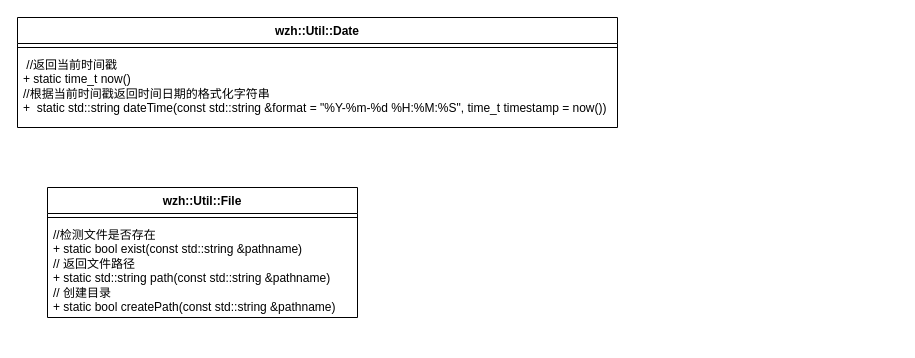
This is LogSystem.drawio from Elio265/LogSystem, a draw.io file, before an edit. Source tidied: cells renumbered, new cells numbered last; positions are measured from the earlier drawing's top-left corner, leaving out a move shared by most shapes. Both pictures are drawn from the tidied source at 100%, with x=0, y=0 at pixel (17, 17).
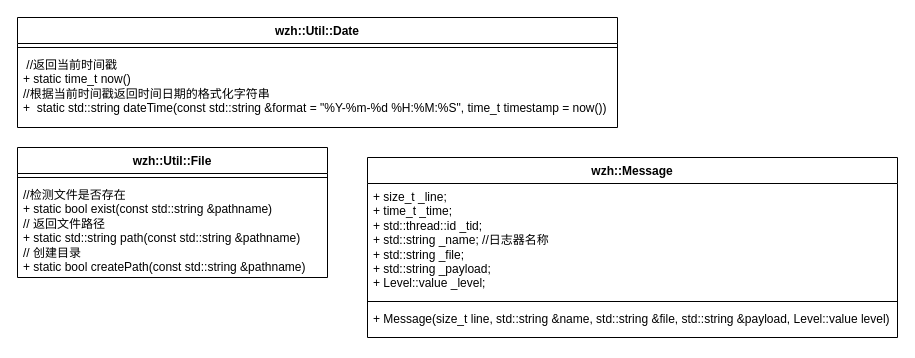
Above is the later version.

The edit, as a diff of the source:
```diff
@@
 <mxGraphModel>
   <root>
     <mxCell id="0" />
     <mxCell id="1" parent="0" />
     <mxCell id="2" value="wzh::Util::Date" style="swimlane;fontStyle=1;align=center;verticalAlign=top;horizontal=1;startSize=26;whiteSpace=wrap;html=1;" parent="1" vertex="1">
       <mxGeometry width="600" height="110" as="geometry" />
     </mxCell>
     <mxCell id="3" style="line;strokeWidth=1;fillColor=none;align=left;verticalAlign=middle;spacingTop=-1;spacingLeft=3;spacingRight=3;labelPosition=right;strokeColor=inherit;" parent="2" vertex="1">
       <mxGeometry y="26" width="600" height="8" as="geometry" />
     </mxCell>
     <mxCell id="4" value="&lt;div&gt;&amp;nbsp;//返回当前时间戳&lt;/div&gt;&lt;div&gt;+&amp;nbsp;static time_t now()&lt;/div&gt;&lt;div&gt;//根据当前时间戳返回时间日期的格式化字符串&lt;/div&gt;&lt;div&gt;+&amp;nbsp;&amp;nbsp;static std::string dateTime(const std::string &amp;amp;format = &quot;%Y-%m-%d %H:%M:%S&quot;, time_t timestamp = now())&lt;/div&gt;" style="text;align=left;verticalAlign=top;spacingLeft=4;spacingRight=4;overflow=hidden;whiteSpace=wrap;html=1;" parent="2" vertex="1">
       <mxGeometry y="34" width="600" height="76" as="geometry" />
     </mxCell>
     <mxCell id="5" value="wzh::Util::File" style="swimlane;fontStyle=1;align=center;verticalAlign=top;horizontal=1;startSize=26;whiteSpace=wrap;html=1;" parent="1" vertex="1">
-      <mxGeometry x="30" y="170" width="310" height="130" as="geometry" />
+      <mxGeometry y="130" width="310" height="130" as="geometry" />
     </mxCell>
     <mxCell id="6" style="line;strokeWidth=1;fillColor=none;align=left;verticalAlign=middle;spacingTop=-1;spacingLeft=3;spacingRight=3;labelPosition=right;strokeColor=inherit;" parent="5" vertex="1">
       <mxGeometry y="26" width="310" height="8" as="geometry" />
     </mxCell>
     <mxCell id="7" value="//检测文件是否存在&lt;div&gt;+&amp;nbsp;static bool exist(const std::string &amp;amp;pathname)&lt;/div&gt;&lt;div&gt;// 返回文件路径&lt;/div&gt;&lt;div&gt;+&amp;nbsp;static std::string path(const std::string &amp;amp;pathname)&lt;/div&gt;&lt;div&gt;// 创建目录&amp;nbsp;&lt;/div&gt;&lt;div&gt;+&amp;nbsp;static bool createPath(const std::string &amp;amp;pathname)&lt;/div&gt;" style="text;strokeColor=none;fillColor=none;align=left;verticalAlign=top;spacingLeft=4;spacingRight=4;overflow=hidden;whiteSpace=wrap;html=1;" parent="5" vertex="1">
       <mxGeometry y="34" width="310" height="96" as="geometry" />
     </mxCell>
+    <mxCell id="8" value="wzh::Message" style="swimlane;fontStyle=1;align=center;verticalAlign=top;horizontal=1;startSize=26;whiteSpace=wrap;html=1;" parent="1" vertex="1">
+      <mxGeometry x="350" y="140" width="530" height="180" as="geometry" />
+    </mxCell>
+    <mxCell id="9" value="&lt;div&gt;+ size_t _line;&lt;/div&gt;&lt;div&gt;+ time_t _time;&lt;/div&gt;&lt;div&gt;+ std::thread::id _tid;&lt;/div&gt;&lt;div&gt;+ std::string _name; //日志器名称&lt;/div&gt;&lt;div&gt;+ std::string _file;&lt;/div&gt;&lt;div&gt;+ std::string _payload;&lt;/div&gt;&lt;div&gt;+ Level::value _level;&lt;/div&gt;" style="text;strokeColor=none;fillColor=none;align=left;verticalAlign=top;spacingLeft=4;spacingRight=4;overflow=hidden;whiteSpace=wrap;html=1;" parent="8" vertex="1">
+      <mxGeometry y="26" width="530" height="114" as="geometry" />
+    </mxCell>
+    <mxCell id="10" style="line;strokeWidth=1;fillColor=none;align=left;verticalAlign=middle;spacingTop=-1;spacingLeft=3;spacingRight=3;labelPosition=right;strokeColor=inherit;" parent="8" vertex="1">
+      <mxGeometry y="140" width="530" height="8" as="geometry" />
+    </mxCell>
+    <mxCell id="11" value="+&amp;nbsp;&lt;span style=&quot;background-color: transparent;&quot;&gt;Message(size_t line, std::string &amp;amp;name, std::string &amp;amp;file,&amp;nbsp;&lt;/span&gt;&lt;span style=&quot;background-color: transparent; color: light-dark(rgb(0, 0, 0), rgb(255, 255, 255));&quot;&gt;std::string &amp;amp;payload, Level::value level)&lt;/span&gt;" style="text;strokeColor=none;fillColor=none;align=left;verticalAlign=top;spacingLeft=4;spacingRight=4;overflow=hidden;whiteSpace=wrap;html=1;" parent="8" vertex="1">
+      <mxGeometry y="148" width="530" height="32" as="geometry" />
+    </mxCell>
   </root>
 </mxGraphModel>
```
